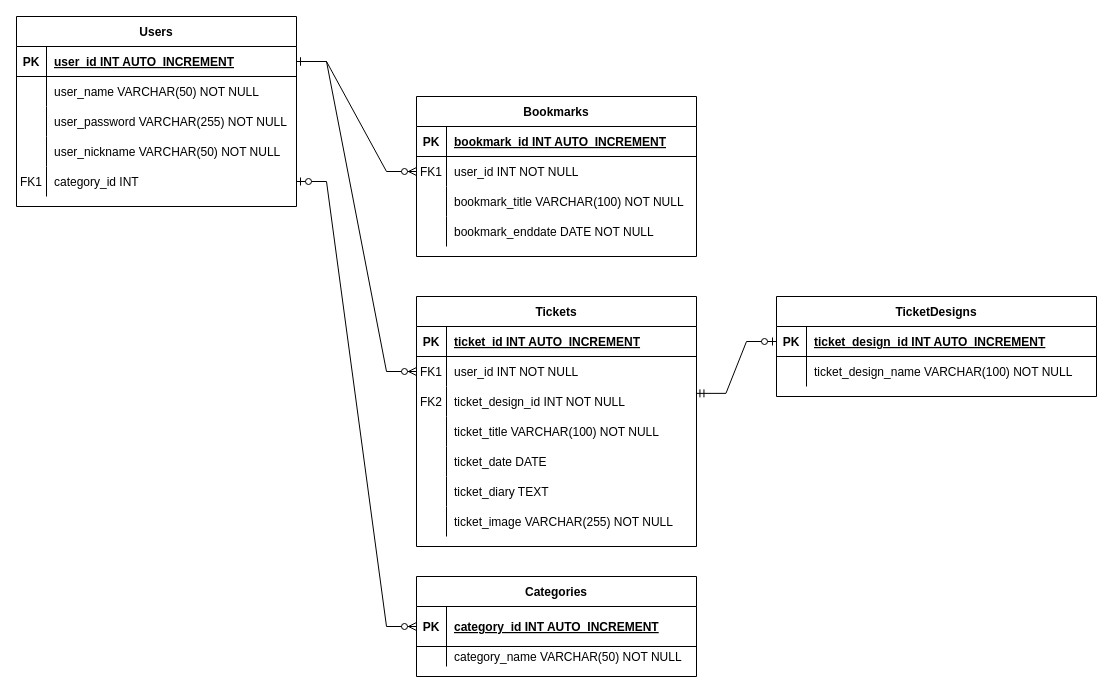
Before: CulLecting_ERD.drawio in CulLecting/CulLecting-BE, a draw.io diagram. Source tidied: cells renumbered, new cells numbered last; positions are measured from the earlier drawing's top-left corner, leaving out a move shared by most shapes. Both pictures are drawn from the tidied source at 100%, with x=0, y=0 at pixel (16, 16).
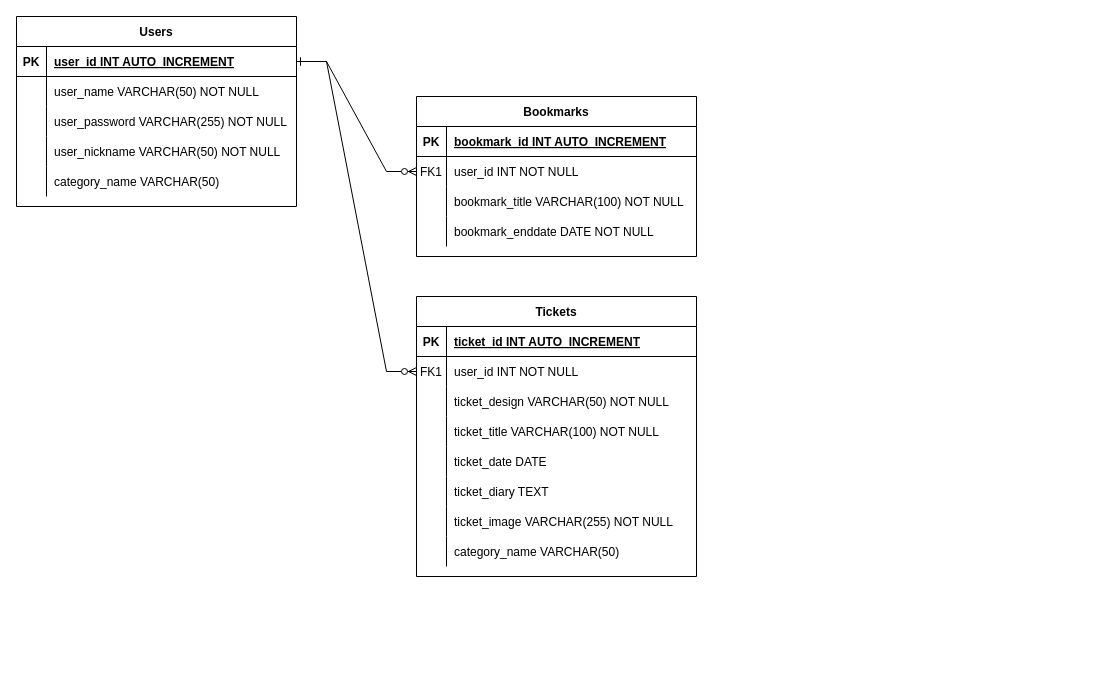
The same page after the edit.

Commit message:
[Update] 참조테이블 삭제

Unchanged cells that the change refers to:
```xml
<mxCell id="23" style="shape=partialRectangle;fillColor=none;points=[[0,0.5],[1,0.5]];portConstraint=eastwest;top=0;left=0;right=0;bottom=0;" parent="16" vertex="1">
  <mxGeometry y="90" width="280" height="30" as="geometry" />
</mxCell>
<mxCell id="51" style="shape=partialRectangle;fillColor=none;points=[[0,0.5],[1,0.5]];portConstraint=eastwest;top=0;left=0;right=0;bottom=0;" parent="38" vertex="1">
  <mxGeometry y="150" width="280" height="30" as="geometry" />
</mxCell>
```

What changed in the source:
```diff
@@
     <mxCell id="16" value="Tickets" style="shape=table;startSize=30;childLayout=tableLayout;rowLines=0;fontStyle=1;align=center;" parent="1" vertex="1">
-      <mxGeometry x="400" y="280" width="280" height="250" as="geometry" />
+      <mxGeometry x="400" y="280" width="280" height="280" as="geometry" />
     </mxCell>
@@
-    <mxCell id="24" value="FK2" style="shape=partialRectangle;overflow=hidden;fillColor=none;top=0;left=0;bottom=0;right=0;" parent="23" vertex="1">
+    <mxCell id="24" style="shape=partialRectangle;overflow=hidden;fillColor=none;top=0;left=0;bottom=0;right=0;" parent="23" vertex="1">
       <mxGeometry width="30" height="30" as="geometry" />
     </mxCell>
-    <mxCell id="25" value="ticket_design_id INT NOT NULL" style="shape=partialRectangle;overflow=hidden;fillColor=none;top=0;left=0;bottom=0;right=0;align=left;spacingLeft=6;" parent="23" vertex="1">
+    <mxCell id="25" value="ticket_design VARCHAR(50) NOT NULL" style="shape=partialRectangle;overflow=hidden;fillColor=none;top=0;left=0;bottom=0;right=0;align=left;spacingLeft=6;" parent="23" vertex="1">
       <mxGeometry x="30" width="250" height="30" as="geometry" />
     </mxCell>
@@
+    <mxCell id="71" style="shape=partialRectangle;fillColor=none;top=0;left=0;right=0;bottom=0;" parent="16" vertex="1">
+      <mxGeometry y="240" width="280" height="30" as="geometry" />
+    </mxCell>
+    <mxCell id="67" style="shape=partialRectangle;overflow=hidden;fillColor=none;top=0;left=0;bottom=0;right=0;" parent="71" vertex="1">
+      <mxGeometry width="30" height="30" as="geometry" />
+    </mxCell>
+    <mxCell id="72" value="category_name VARCHAR(50)" style="shape=partialRectangle;overflow=hidden;fillColor=none;top=0;left=0;bottom=0;right=0;align=left;spacingLeft=6;" parent="71" vertex="1">
+      <mxGeometry x="30" width="250" height="30" as="geometry" />
+    </mxCell>
@@
-    <mxCell id="52" value="FK1" style="shape=partialRectangle;overflow=hidden;fillColor=none;top=0;left=0;bottom=0;right=0;" parent="51" vertex="1">
+    <mxCell id="52" style="shape=partialRectangle;overflow=hidden;fillColor=none;top=0;left=0;bottom=0;right=0;" parent="51" vertex="1">
       <mxGeometry width="30" height="30" as="geometry" />
     </mxCell>
-    <mxCell id="53" value="category_id INT" style="shape=partialRectangle;overflow=hidden;fillColor=none;top=0;left=0;bottom=0;right=0;align=left;spacingLeft=6;" parent="51" vertex="1">
+    <mxCell id="53" value="category_name VARCHAR(50)" style="shape=partialRectangle;overflow=hidden;fillColor=none;top=0;left=0;bottom=0;right=0;align=left;spacingLeft=6;" parent="51" vertex="1">
       <mxGeometry x="30" width="250" height="30" as="geometry" />
     </mxCell>
-    <mxCell id="54" value="Categories" style="shape=table;startSize=30;childLayout=tableLayout;rowLines=0;fontStyle=1;align=center;" parent="1" vertex="1">
-      <mxGeometry x="400" y="560" width="280" height="100" as="geometry" />
-    </mxCell>
-    <mxCell id="55" style="shape=partialRectangle;fillColor=none;points=[[0,0.5],[1,0.5]];portConstraint=eastwest;top=0;left=0;right=0;bottom=1;" parent="54" vertex="1">
-      <mxGeometry y="30" width="280" height="40" as="geometry" />
-    </mxCell>
-    <mxCell id="56" value="PK" style="shape=partialRectangle;overflow=hidden;fillColor=none;top=0;left=0;bottom=0;right=0;fontStyle=1;" parent="55" vertex="1">
-      <mxGeometry width="30" height="40" as="geometry" />
-    </mxCell>
-    <mxCell id="57" value="category_id INT AUTO_INCREMENT" style="shape=partialRectangle;overflow=hidden;fillColor=none;top=0;left=0;bottom=0;right=0;align=left;spacingLeft=6;fontStyle=5;" parent="55" vertex="1">
-      <mxGeometry x="30" width="250" height="40" as="geometry" />
-    </mxCell>
-    <mxCell id="58" style="shape=partialRectangle;fillColor=none;top=0;left=0;right=0;bottom=0;" parent="54" vertex="1">
-      <mxGeometry y="70" width="280" height="20" as="geometry" />
-    </mxCell>
-    <mxCell id="59" style="shape=partialRectangle;overflow=hidden;fillColor=none;top=0;left=0;bottom=0;right=0;" parent="58" vertex="1">
-      <mxGeometry width="30" height="20" as="geometry" />
-    </mxCell>
-    <mxCell id="60" value="category_name VARCHAR(50) NOT NULL" style="shape=partialRectangle;overflow=hidden;fillColor=none;top=0;left=0;bottom=0;right=0;align=left;spacingLeft=6;" parent="58" vertex="1">
-      <mxGeometry x="30" width="250" height="20" as="geometry" />
-    </mxCell>
-    <mxCell id="61" style="edgeStyle=entityRelationEdgeStyle;fontSize=12;html=1;endArrow=ERzeroToMany;startArrow=ERzeroToOne;rounded=0;exitX=1;exitY=0.5;exitDx=0;exitDy=0;entryX=0;entryY=0.5;entryDx=0;entryDy=0;" parent="1" edge="1" source="51" target="55">
-      <mxGeometry relative="1" as="geometry">
-        <Array as="points">
-          <mxPoint x="280" y="290" />
-        </Array>
-      </mxGeometry>
-    </mxCell>
-    <mxCell id="62" value="TicketDesigns" style="shape=table;startSize=30;childLayout=tableLayout;rowLines=0;fontStyle=1;align=center;" parent="1" vertex="1">
-      <mxGeometry x="760" y="280" width="320" height="100" as="geometry" />
-    </mxCell>
-    <mxCell id="63" style="shape=partialRectangle;fillColor=none;points=[[0,0.5],[1,0.5]];portConstraint=eastwest;top=0;left=0;right=0;bottom=1;" parent="62" vertex="1">
-      <mxGeometry y="30" width="320" height="30" as="geometry" />
-    </mxCell>
-    <mxCell id="64" value="PK" style="shape=partialRectangle;overflow=hidden;fillColor=none;top=0;left=0;bottom=0;right=0;fontStyle=1;" parent="63" vertex="1">
-      <mxGeometry width="30" height="30" as="geometry" />
-    </mxCell>
-    <mxCell id="65" value="ticket_design_id INT AUTO_INCREMENT" style="shape=partialRectangle;overflow=hidden;fillColor=none;top=0;left=0;bottom=0;right=0;align=left;spacingLeft=6;fontStyle=5;" parent="63" vertex="1">
-      <mxGeometry x="30" width="290" height="30" as="geometry" />
-    </mxCell>
-    <mxCell id="66" style="shape=partialRectangle;fillColor=none;top=0;left=0;right=0;bottom=0;" parent="62" vertex="1">
-      <mxGeometry y="60" width="320" height="30" as="geometry" />
-    </mxCell>
-    <mxCell id="67" style="shape=partialRectangle;overflow=hidden;fillColor=none;top=0;left=0;bottom=0;right=0;" parent="66" vertex="1">
-      <mxGeometry width="30" height="30" as="geometry" />
-    </mxCell>
-    <mxCell id="68" value="ticket_design_name VARCHAR(100) NOT NULL" style="shape=partialRectangle;overflow=hidden;fillColor=none;top=0;left=0;bottom=0;right=0;align=left;spacingLeft=6;" parent="66" vertex="1">
-      <mxGeometry x="30" width="290" height="30" as="geometry" />
-    </mxCell>
-    <mxCell id="69" style="edgeStyle=entityRelationEdgeStyle;fontSize=12;html=1;endArrow=ERzeroToOne;startArrow=ERmandOne;rounded=0;exitX=0.998;exitY=0.229;exitDx=0;exitDy=0;exitPerimeter=0;entryX=0;entryY=0.5;entryDx=0;entryDy=0;" parent="1" edge="1" source="23" target="63">
-      <mxGeometry relative="1" as="geometry" />
-    </mxCell>
```
